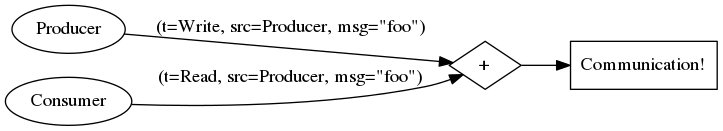
Earlier version of the Graphviz export images/are-my-services-5-frp.png (ane/ane.github.io). Its source is kept beside it as images/are-my-services-5-frp.dot.
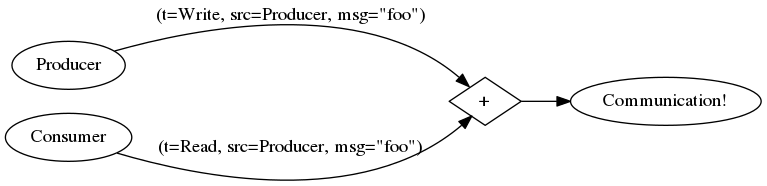
After the commit.

The edit, as a diff of the source:
```diff
@@ -1,12 +1,12 @@
 digraph {
     rankdir=LR;
 
-    Producer -> "+"[label="(t=Write, src=Producer, msg=\"foo\")"];
-    Consumer -> "+"[label="(t=Read, src=Producer, msg=\"foo\")"];
+    Producer -> "+":nw[label="(t=Write, src=Producer, msg=\"foo\")"];
+    Consumer -> "+":sw[label="(t=Read, src=Producer, msg=\"foo\")"];
 
     "+" [shape=diamond];
 
-    X [shape=box,label="Communication!"];
+    X [label="Communication!"];
 
     "+" -> X;
 }
```
